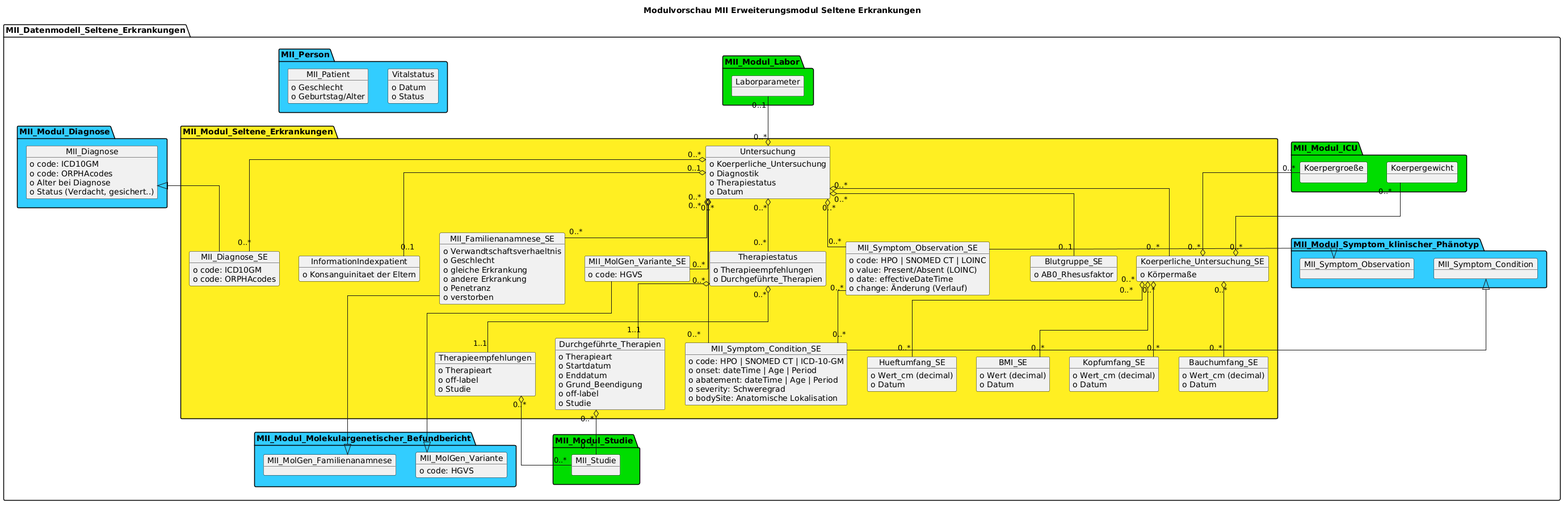
Earlier version of the PlantUML export information-model/MII_Datenmodell_Seltene_Erkrankungen_logisch.png (medizininformatik-initiative/kerndatensatzmodul-seltene-erkrankungen). Source of this version:
```plantuml
@startuml
skinparam Linetype ortho

title Modulvorschau MII Erweiterungsmodul Seltene Erkrankungen
package "MII_Datenmodell_Seltene_Erkrankungen" {

  package MII_Person #33CCFF{
    object MII_Patient {
      o Geschlecht
      o Geburtstag/Alter

    }
    object Vitalstatus  {
      o Datum
      o Status
    }

  }
  package "MII_Modul_Diagnose" #33CCFF {
    object MII_Diagnose {
      o code: ICD10GM
      o code: ORPHAcodes
      o Alter bei Diagnose
      o Status (Verdacht, gesichert..)
    }
  }

  package "MII_Modul_Seltene_Erkrankungen" #FFEE22{
    object MII_Diagnose_SE {
      o code: ICD10GM
      o code: ORPHAcodes
    }
    object MII_MolGen_Variante_SE  {
      o code: HGVS
    }
    object MII_Familienanamnese_SE {
      o Verwandtschaftsverhaeltnis
      o Geschlecht
      o gleiche Erkrankung
      o andere Erkrankung
      o Penetranz
      o verstorben
    }
    object MII_Symptom_Observation_SE  {
      o code: HPO | SNOMED CT | LOINC
      o value: Present/Absent (LOINC)
      o date: effectiveDateTime
      o change: Änderung (Verlauf)
    }
    object MII_Symptom_Condition_SE {
      o code: HPO | SNOMED CT | ICD-10-GM
      o onset: dateTime | Age | Period
      o abatement: dateTime | Age | Period
      o severity: Schweregrad
      o bodySite: Anatomische Lokalisation
    }

    object Untersuchung {
      o Koerperliche_Untersuchung
      o Diagnostik
      o Therapiestatus
      o Datum
    }
    object Therapiestatus {
      o Therapieempfehlungen
      o Durchgeführte_Therapien
    }
    object Therapieempfehlungen{
      o Therapieart
      o off-label
      o Studie
    }
    object Durchgeführte_Therapien {
      o Therapieart
      o Startdatum
      o Enddatum
      o Grund_Beendigung
      o off-label
      o Studie
    }
    object Koerperliche_Untersuchung_SE {
      o Körpermaße
    }
    object BMI_SE {
      o Wert (decimal)
      o Datum
    }
    object Kopfumfang_SE {
      o Wert_cm (decimal)
      o Datum
    }
    object Bauchumfang_SE {
      o Wert_cm (decimal)
      o Datum
    }
    object Hueftumfang_SE {
      o Wert_cm (decimal)
      o Datum
    }
    object Blutgruppe_SE {
      o AB0_Rhesusfaktor
    }
    object InformationIndexpatient {
      o Konsanguinitaet der Eltern
    }
  }
  package "MII_Modul_ICU" #00DD00{
    object Koerpergewicht
    object Koerpergroeße
  }
  package "MII_Modul_Labor" #00DD00 {
    object Laborparameter
  }
  package "MII_Modul_Studie" #00DD00 {
    object MII_Studie
  }

  package "MII_Modul_Molekulargenetischer_Befundbericht" #33CCFF{
    object MII_MolGen_Variante {
      o code: HGVS
    }
    object MII_MolGen_Familienanamnese
  }
   package "MII_Modul_Symptom_klinischer_Phänotyp" #33CCFF{
    object MII_Symptom_Observation
    object MII_Symptom_Condition
  }



  MII_Diagnose <|-down- MII_Diagnose_SE
  MII_MolGen_Variante <|-down-- MII_MolGen_Variante_SE
  MII_MolGen_Familienanamnese <|-up-- MII_Familienanamnese_SE
  MII_Symptom_Observation <|-right- MII_Symptom_Observation_SE
  MII_Symptom_Condition <|-up- MII_Symptom_Condition_SE

  Untersuchung "0..*" o-up- "0..1" Laborparameter
  Untersuchung "0..*" o-- "0..*" MII_Diagnose_SE
  Untersuchung "0..*" o-- "0..*" MII_MolGen_Variante_SE
  Untersuchung "0..*" o-- "0..*" MII_Symptom_Observation_SE
  Untersuchung "0..*" o-- "0..*" MII_Familienanamnese_SE
  Untersuchung "0..*" o-- "0..*" Koerperliche_Untersuchung_SE
  MII_Symptom_Observation_SE "0..*" -- "0..*" MII_Symptom_Condition_SE
  Koerperliche_Untersuchung_SE "0..*" o-up- "0..*" Koerpergewicht
  Koerperliche_Untersuchung_SE "0..*" o-up- "0..*" Koerpergroeße
  Koerperliche_Untersuchung_SE "0..*" o-- "0..*" BMI_SE
  Koerperliche_Untersuchung_SE "0..*" o-- "0..*" Kopfumfang_SE
  Koerperliche_Untersuchung_SE "0..*" o-- "0..*" Bauchumfang_SE
  Koerperliche_Untersuchung_SE "0..*" o-- "0..*" Hueftumfang_SE
  Untersuchung "0..*" o-- "0..1" Blutgruppe_SE
  Untersuchung "0..*" o-- "0..*" MII_Symptom_Condition_SE
  Untersuchung "0..*" o-- "0..*" Therapiestatus
  Untersuchung "0..1" o-- "0..1" InformationIndexpatient
  Therapiestatus "0..*" o-down- "1..1" Therapieempfehlungen
  Therapiestatus "0..*" o-down- "1..1" Durchgeführte_Therapien
  Therapieempfehlungen "0..*" o-down- "0..*" MII_Studie
  Durchgeführte_Therapien "0..*" o-down- "0..*" MII_Studie

}
@enduml
```
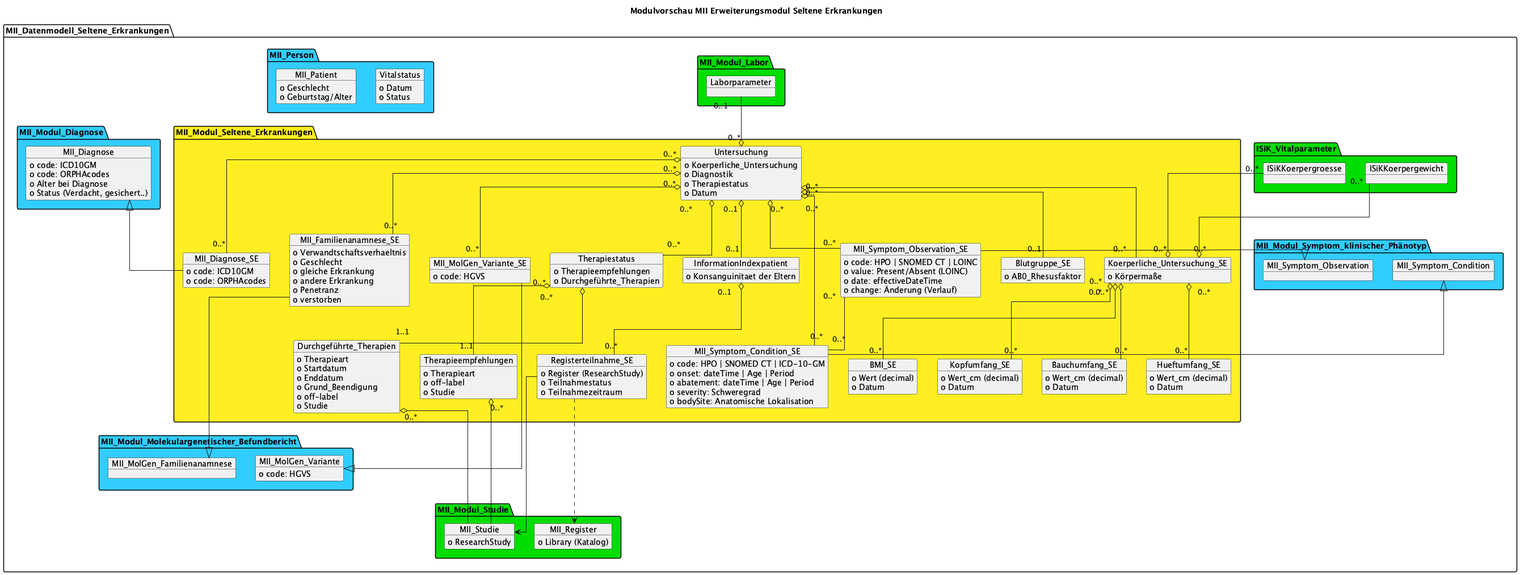
The same file after the commit.

Commit message:
feat(lm): UML mit dem Logical Model abgleichbar, Körpermaße nach ISiK (#59)

Diff of the diagram source:
```diff
@@ -1,4 +1,4 @@
-@startuml
+@startuml "MII_Datenmodell_Seltene_Erkrankungen_logisch"
 skinparam Linetype ortho
 
 title Modulvorschau MII Erweiterungsmodul Seltene Erkrankungen
@@ -100,19 +100,29 @@
     object Blutgruppe_SE {
       o AB0_Rhesusfaktor
     }
+    object Registerteilnahme_SE {
+      o Register (ResearchStudy)
+      o Teilnahmestatus
+      o Teilnahmezeitraum
+    }
     object InformationIndexpatient {
       o Konsanguinitaet der Eltern
     }
   }
-  package "MII_Modul_ICU" #00DD00{
-    object Koerpergewicht
-    object Koerpergroeße
+  package "ISiK_Vitalparameter" #00DD00{
+    object "ISiKKoerpergewicht" as Koerpergewicht
+    object "ISiKKoerpergroesse" as Koerpergroeße
   }
   package "MII_Modul_Labor" #00DD00 {
     object Laborparameter
   }
   package "MII_Modul_Studie" #00DD00 {
-    object MII_Studie
+    object MII_Studie {
+      o ResearchStudy
+    }
+    object MII_Register {
+      o Library (Katalog)
+    }
   }
 
   package "MII_Modul_Molekulargenetischer_Befundbericht" #33CCFF{
@@ -153,8 +163,14 @@
   Untersuchung "0..1" o-- "0..1" InformationIndexpatient
   Therapiestatus "0..*" o-down- "1..1" Therapieempfehlungen
   Therapiestatus "0..*" o-down- "1..1" Durchgeführte_Therapien
-  Therapieempfehlungen "0..*" o-down- "0..*" MII_Studie
-  Durchgeführte_Therapien "0..*" o-down- "0..*" MII_Studie
+  Therapieempfehlungen "0..*" o-down- MII_Studie
+  Durchgeführte_Therapien "0..*" o-down- MII_Studie
+  InformationIndexpatient "0..1" o-- "0..*" Registerteilnahme_SE
+  Registerteilnahme_SE -down-> MII_Studie
+  Registerteilnahme_SE ..down.> MII_Register
+  MII_Studie -[hidden]left- MII_Register
 
 }
+
+
 @enduml
```
